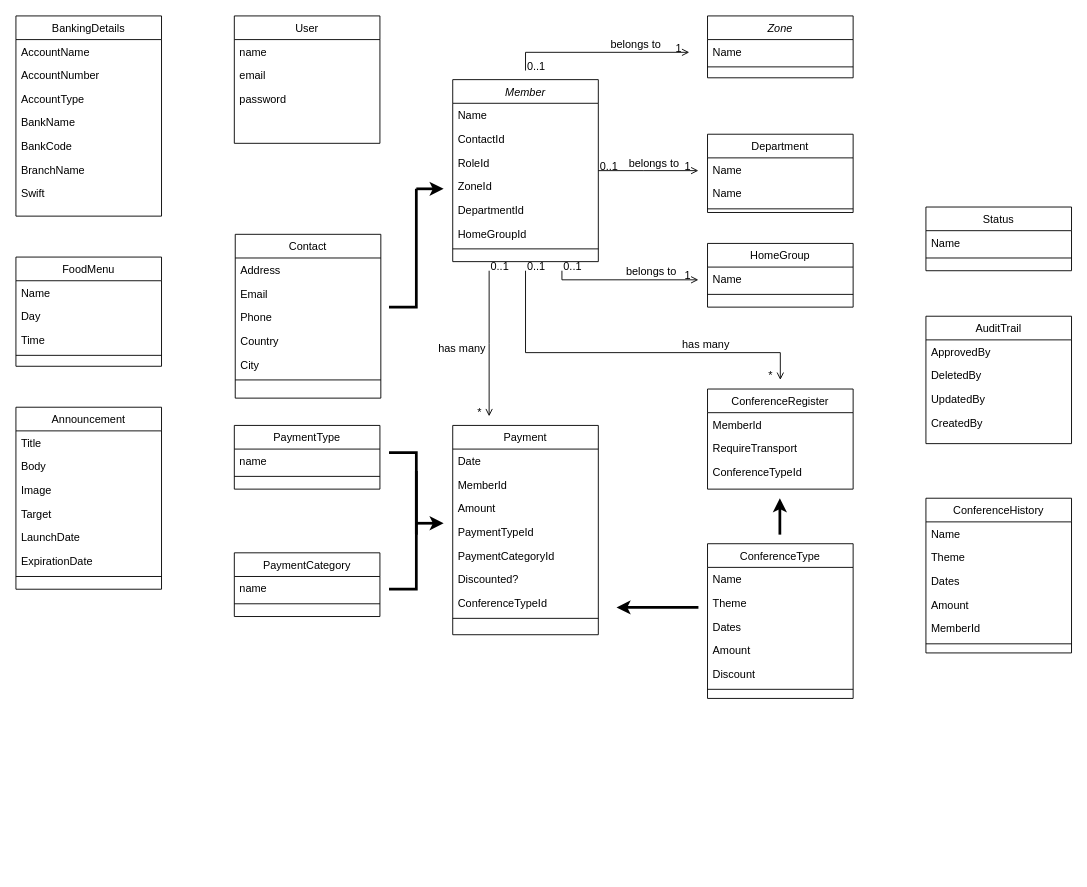
alphamonline/HIM-Events-App keeps this draw.io diagram as Untitled Diagram.drawio. Above is the earlier version. Source tidied: cells renumbered, new cells numbered last; positions are measured from the earlier drawing's top-left corner, leaving out a move shared by most shapes. Both pictures are drawn from the tidied source at 91%, with x=0, y=0 at pixel (15, 15).
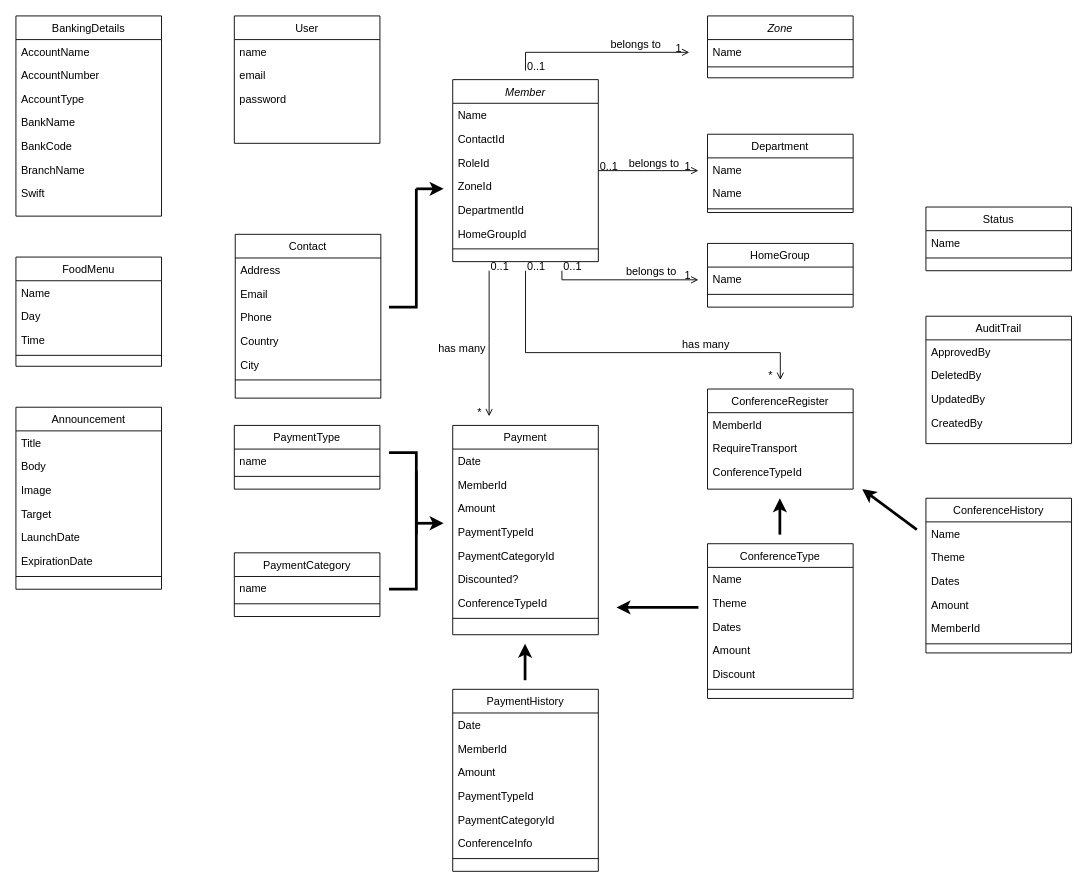
The same page after the edit.

Commit message:
Payment History

What changed in the source:
```diff
@@
+    <mxCell id="120" value="PaymentHistory" style="swimlane;fontStyle=0;align=center;verticalAlign=top;horizontal=1;startSize=26;rounded=0;shadow=0;strokeWidth=1;" parent="1" vertex="1">
+      <mxGeometry x="480" y="740" width="160" height="200" as="geometry" />
+    </mxCell>
+    <mxCell id="121" value="Date" style="text;align=left;verticalAlign=top;spacingLeft=4;spacingRight=4;overflow=hidden;" parent="120" vertex="1">
+      <mxGeometry y="26" width="160" height="26" as="geometry" />
+    </mxCell>
+    <mxCell id="122" value="MemberId" style="text;align=left;verticalAlign=top;spacingLeft=4;spacingRight=4;overflow=hidden;rounded=0;shadow=0;html=0;" parent="120" vertex="1">
+      <mxGeometry y="52" width="160" height="26" as="geometry" />
+    </mxCell>
+    <mxCell id="123" value="Amount" style="text;align=left;verticalAlign=top;spacingLeft=4;spacingRight=4;overflow=hidden;rounded=0;shadow=0;html=0;" parent="120" vertex="1">
+      <mxGeometry y="78" width="160" height="26" as="geometry" />
+    </mxCell>
+    <mxCell id="124" value="PaymentTypeId" style="text;align=left;verticalAlign=top;spacingLeft=4;spacingRight=4;overflow=hidden;rounded=0;shadow=0;html=0;" parent="120" vertex="1">
+      <mxGeometry y="104" width="160" height="26" as="geometry" />
+    </mxCell>
+    <mxCell id="125" value="PaymentCategoryId" style="text;align=left;verticalAlign=top;spacingLeft=4;spacingRight=4;overflow=hidden;rounded=0;shadow=0;html=0;" parent="120" vertex="1">
+      <mxGeometry y="130" width="160" height="26" as="geometry" />
+    </mxCell>
+    <mxCell id="126" value="ConferenceInfo" style="text;align=left;verticalAlign=top;spacingLeft=4;spacingRight=4;overflow=hidden;rounded=0;shadow=0;html=0;" parent="120" vertex="1">
+      <mxGeometry y="156" width="160" height="26" as="geometry" />
+    </mxCell>
+    <mxCell id="127" style="line;html=1;strokeWidth=1;align=left;verticalAlign=middle;spacingTop=-1;spacingLeft=3;spacingRight=3;labelPosition=right;" parent="120" vertex="1">
+      <mxGeometry y="182" width="160" height="8" as="geometry" />
+    </mxCell>
+    <mxCell id="128" style="endArrow=classic;html=1;rounded=0;strokeWidth=3;" parent="1" edge="1">
+      <mxGeometry relative="1" as="geometry">
+        <mxPoint x="559.5" y="730" as="sourcePoint" />
+        <mxPoint x="559.5" y="690" as="targetPoint" />
+      </mxGeometry>
+    </mxCell>
+    <mxCell id="129" style="endArrow=classic;html=1;rounded=0;strokeWidth=3;" parent="1" edge="1">
+      <mxGeometry relative="1" as="geometry">
+        <mxPoint x="990" y="564.5" as="sourcePoint" />
+        <mxPoint x="930" y="520" as="targetPoint" />
+      </mxGeometry>
+    </mxCell>
```
